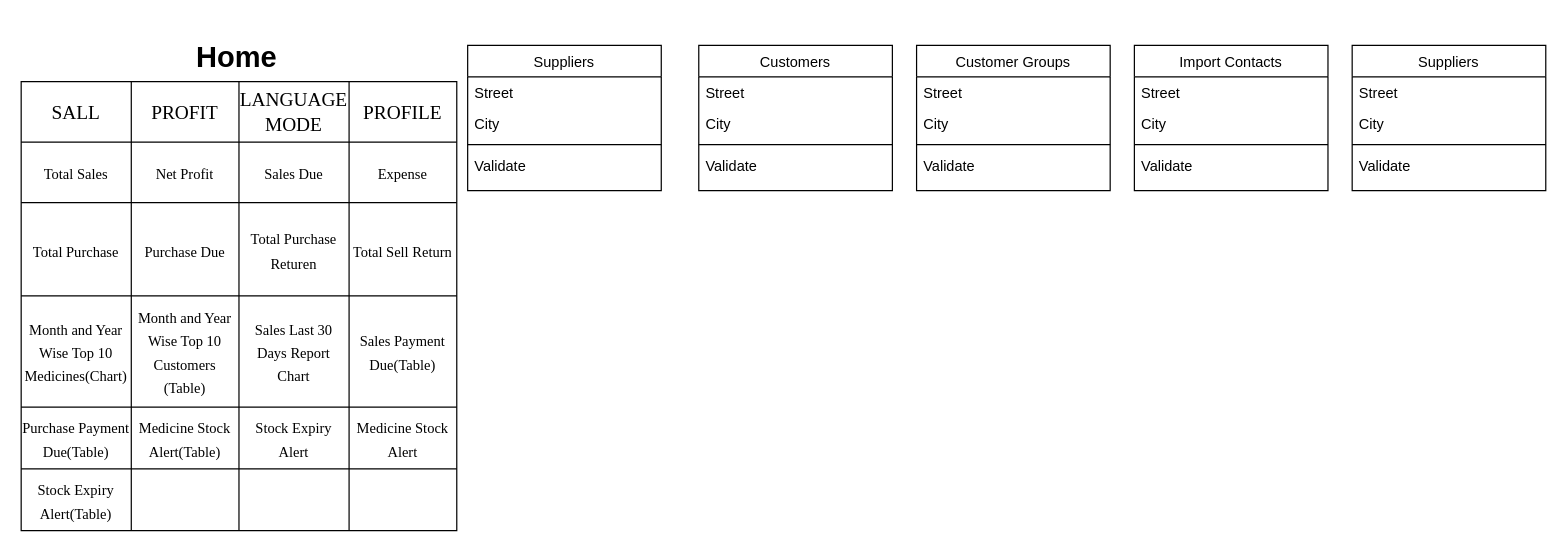
Earlier version of the draw.io diagram PMS.drawio (walidulhasan/UML). Source tidied: cells renumbered, new cells numbered last; positions are measured from the earlier drawing's top-left corner, leaving out a move shared by most shapes. Both pictures are drawn from the tidied source at 121%, with x=0, y=0 at pixel (21, 33).
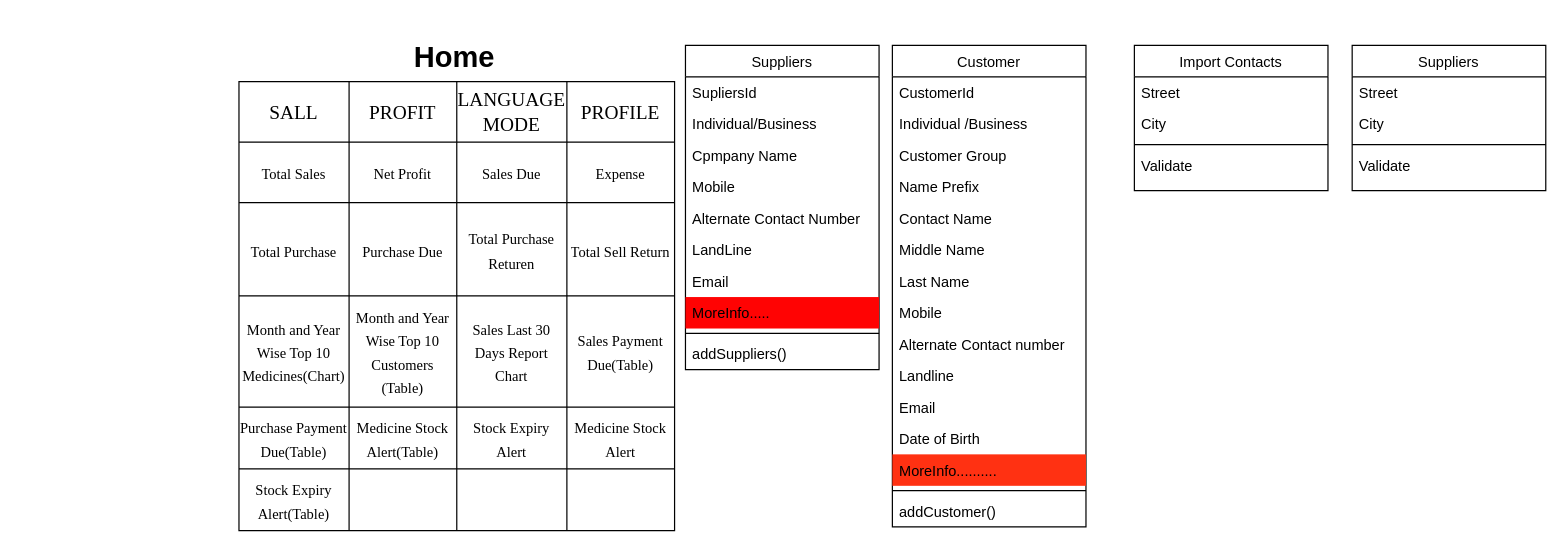
After the change.

The edit, as a diff of the source:
```diff
@@
     <mxCell id="2" value="Suppliers" style="swimlane;fontStyle=0;align=center;verticalAlign=top;horizontal=1;startSize=26;rounded=0;shadow=0;strokeWidth=1;" parent="1" vertex="1">
-      <mxGeometry x="369" y="10" width="160" height="120" as="geometry" />
+      <mxGeometry x="549" y="10" width="160" height="268" as="geometry" />
     </mxCell>
-    <mxCell id="3" value="Street" style="text;align=left;verticalAlign=top;spacingLeft=4;spacingRight=4;overflow=hidden;" parent="2" vertex="1">
+    <mxCell id="3" value="SupliersId" style="text;align=left;verticalAlign=top;spacingLeft=4;spacingRight=4;overflow=hidden;" parent="2" vertex="1">
       <mxGeometry y="26" width="160" height="26" as="geometry" />
     </mxCell>
+    <mxCell id="59" value="Individual/Business" style="text;align=left;verticalAlign=top;spacingLeft=4;spacingRight=4;overflow=hidden;" parent="2" vertex="1">
+      <mxGeometry y="52" width="160" height="26" as="geometry" />
+    </mxCell>
-    <mxCell id="4" value="City" style="text;align=left;verticalAlign=top;spacingLeft=4;spacingRight=4;overflow=hidden;rounded=0;shadow=0;html=0;" parent="2" vertex="1">
-      <mxGeometry y="52" width="160" height="26" as="geometry" />
+    <mxCell id="4" value="Cpmpany Name" style="text;align=left;verticalAlign=top;spacingLeft=4;spacingRight=4;overflow=hidden;rounded=0;shadow=0;html=0;" parent="2" vertex="1">
+      <mxGeometry y="78" width="160" height="26" as="geometry" />
     </mxCell>
+    <mxCell id="60" value="Mobile" style="text;align=left;verticalAlign=top;spacingLeft=4;spacingRight=4;overflow=hidden;rounded=0;shadow=0;html=0;" parent="2" vertex="1">
+      <mxGeometry y="104" width="160" height="26" as="geometry" />
+    </mxCell>
+    <mxCell id="61" value="Alternate Contact Number" style="text;align=left;verticalAlign=top;spacingLeft=4;spacingRight=4;overflow=hidden;rounded=0;shadow=0;html=0;" parent="2" vertex="1">
+      <mxGeometry y="130" width="160" height="26" as="geometry" />
+    </mxCell>
+    <mxCell id="62" value="LandLine" style="text;align=left;verticalAlign=top;spacingLeft=4;spacingRight=4;overflow=hidden;rounded=0;shadow=0;html=0;" parent="2" vertex="1">
+      <mxGeometry y="156" width="160" height="26" as="geometry" />
+    </mxCell>
+    <mxCell id="63" value="Email" style="text;align=left;verticalAlign=top;spacingLeft=4;spacingRight=4;overflow=hidden;rounded=0;shadow=0;html=0;" parent="2" vertex="1">
+      <mxGeometry y="182" width="160" height="26" as="geometry" />
+    </mxCell>
+    <mxCell id="64" value="MoreInfo....." style="text;align=left;verticalAlign=top;spacingLeft=4;spacingRight=4;overflow=hidden;rounded=0;shadow=0;html=0;fillColor=#FF0303;" parent="2" vertex="1">
+      <mxGeometry y="208" width="160" height="26" as="geometry" />
+    </mxCell>
     <mxCell id="5" style="line;html=1;strokeWidth=1;align=left;verticalAlign=middle;spacingTop=-1;spacingLeft=3;spacingRight=3;labelPosition=right;" parent="2" vertex="1">
-      <mxGeometry y="78" width="160" height="8" as="geometry" />
+      <mxGeometry y="234" width="160" height="8" as="geometry" />
     </mxCell>
-    <mxCell id="6" value="Validate" style="text;align=left;verticalAlign=top;spacingLeft=4;spacingRight=4;overflow=hidden;" parent="2" vertex="1">
-      <mxGeometry y="86" width="160" height="26" as="geometry" />
+    <mxCell id="6" value="addSuppliers()" style="text;align=left;verticalAlign=top;spacingLeft=4;spacingRight=4;overflow=hidden;" parent="2" vertex="1">
+      <mxGeometry y="242" width="160" height="26" as="geometry" />
     </mxCell>
+    <mxCell id="48" value="Import Contacts" style="swimlane;fontStyle=0;align=center;verticalAlign=top;horizontal=1;startSize=26;rounded=0;shadow=0;strokeWidth=1;" parent="1" vertex="1">
+      <mxGeometry x="920" y="10" width="160" height="120" as="geometry" />
+    </mxCell>
+    <mxCell id="49" value="Street" style="text;align=left;verticalAlign=top;spacingLeft=4;spacingRight=4;overflow=hidden;" parent="48" vertex="1">
+      <mxGeometry y="26" width="160" height="26" as="geometry" />
+    </mxCell>
+    <mxCell id="50" value="City" style="text;align=left;verticalAlign=top;spacingLeft=4;spacingRight=4;overflow=hidden;rounded=0;shadow=0;html=0;" parent="48" vertex="1">
+      <mxGeometry y="52" width="160" height="26" as="geometry" />
+    </mxCell>
+    <mxCell id="51" style="line;html=1;strokeWidth=1;align=left;verticalAlign=middle;spacingTop=-1;spacingLeft=3;spacingRight=3;labelPosition=right;" parent="48" vertex="1">
+      <mxGeometry y="78" width="160" height="8" as="geometry" />
+    </mxCell>
+    <mxCell id="52" value="Validate" style="text;align=left;verticalAlign=top;spacingLeft=4;spacingRight=4;overflow=hidden;" parent="48" vertex="1">
+      <mxGeometry y="86" width="160" height="26" as="geometry" />
+    </mxCell>
+    <mxCell id="53" value="Suppliers" style="swimlane;fontStyle=0;align=center;verticalAlign=top;horizontal=1;startSize=26;rounded=0;shadow=0;strokeWidth=1;" parent="1" vertex="1">
+      <mxGeometry x="1100" y="10" width="160" height="120" as="geometry" />
+    </mxCell>
+    <mxCell id="54" value="Street" style="text;align=left;verticalAlign=top;spacingLeft=4;spacingRight=4;overflow=hidden;" parent="53" vertex="1">
+      <mxGeometry y="26" width="160" height="26" as="geometry" />
+    </mxCell>
+    <mxCell id="55" value="City" style="text;align=left;verticalAlign=top;spacingLeft=4;spacingRight=4;overflow=hidden;rounded=0;shadow=0;html=0;" parent="53" vertex="1">
+      <mxGeometry y="52" width="160" height="26" as="geometry" />
+    </mxCell>
+    <mxCell id="56" style="line;html=1;strokeWidth=1;align=left;verticalAlign=middle;spacingTop=-1;spacingLeft=3;spacingRight=3;labelPosition=right;" parent="53" vertex="1">
+      <mxGeometry y="78" width="160" height="8" as="geometry" />
+    </mxCell>
+    <mxCell id="57" value="Validate" style="text;align=left;verticalAlign=top;spacingLeft=4;spacingRight=4;overflow=hidden;" parent="53" vertex="1">
+      <mxGeometry y="86" width="160" height="26" as="geometry" />
+    </mxCell>
+    <mxCell id="65" value="Customer" style="swimlane;fontStyle=0;align=center;verticalAlign=top;horizontal=1;startSize=26;rounded=0;shadow=0;strokeWidth=1;" parent="1" vertex="1">
+      <mxGeometry x="720" y="10" width="160" height="398" as="geometry" />
+    </mxCell>
+    <mxCell id="66" value="CustomerId" style="text;align=left;verticalAlign=top;spacingLeft=4;spacingRight=4;overflow=hidden;" parent="65" vertex="1">
+      <mxGeometry y="26" width="160" height="26" as="geometry" />
+    </mxCell>
+    <mxCell id="67" value="Individual /Business" style="text;align=left;verticalAlign=top;spacingLeft=4;spacingRight=4;overflow=hidden;rounded=0;shadow=0;html=0;" parent="65" vertex="1">
+      <mxGeometry y="52" width="160" height="26" as="geometry" />
+    </mxCell>
+    <mxCell id="68" value="Customer Group" style="text;align=left;verticalAlign=top;spacingLeft=4;spacingRight=4;overflow=hidden;rounded=0;shadow=0;html=0;" parent="65" vertex="1">
+      <mxGeometry y="78" width="160" height="26" as="geometry" />
+    </mxCell>
+    <mxCell id="69" value="Name Prefix" style="text;align=left;verticalAlign=top;spacingLeft=4;spacingRight=4;overflow=hidden;rounded=0;shadow=0;html=0;" parent="65" vertex="1">
+      <mxGeometry y="104" width="160" height="26" as="geometry" />
+    </mxCell>
+    <mxCell id="70" value="Contact Name" style="text;align=left;verticalAlign=top;spacingLeft=4;spacingRight=4;overflow=hidden;rounded=0;shadow=0;html=0;" parent="65" vertex="1">
+      <mxGeometry y="130" width="160" height="26" as="geometry" />
+    </mxCell>
+    <mxCell id="71" value="Middle Name" style="text;align=left;verticalAlign=top;spacingLeft=4;spacingRight=4;overflow=hidden;rounded=0;shadow=0;html=0;" parent="65" vertex="1">
+      <mxGeometry y="156" width="160" height="26" as="geometry" />
+    </mxCell>
+    <mxCell id="72" value="Last Name" style="text;align=left;verticalAlign=top;spacingLeft=4;spacingRight=4;overflow=hidden;rounded=0;shadow=0;html=0;" parent="65" vertex="1">
+      <mxGeometry y="182" width="160" height="26" as="geometry" />
+    </mxCell>
+    <mxCell id="73" value="Mobile" style="text;align=left;verticalAlign=top;spacingLeft=4;spacingRight=4;overflow=hidden;rounded=0;shadow=0;html=0;" parent="65" vertex="1">
+      <mxGeometry y="208" width="160" height="26" as="geometry" />
+    </mxCell>
+    <mxCell id="74" value="Alternate Contact number" style="text;align=left;verticalAlign=top;spacingLeft=4;spacingRight=4;overflow=hidden;rounded=0;shadow=0;html=0;" parent="65" vertex="1">
+      <mxGeometry y="234" width="160" height="26" as="geometry" />
+    </mxCell>
+    <mxCell id="75" value="Landline" style="text;align=left;verticalAlign=top;spacingLeft=4;spacingRight=4;overflow=hidden;rounded=0;shadow=0;html=0;" parent="65" vertex="1">
+      <mxGeometry y="260" width="160" height="26" as="geometry" />
+    </mxCell>
+    <mxCell id="76" value="Email" style="text;align=left;verticalAlign=top;spacingLeft=4;spacingRight=4;overflow=hidden;rounded=0;shadow=0;html=0;" parent="65" vertex="1">
+      <mxGeometry y="286" width="160" height="26" as="geometry" />
+    </mxCell>
+    <mxCell id="77" value="Date of Birth" style="text;align=left;verticalAlign=top;spacingLeft=4;spacingRight=4;overflow=hidden;rounded=0;shadow=0;html=0;" parent="65" vertex="1">
+      <mxGeometry y="312" width="160" height="26" as="geometry" />
+    </mxCell>
+    <mxCell id="78" value="MoreInfo.........." style="text;align=left;verticalAlign=top;spacingLeft=4;spacingRight=4;overflow=hidden;rounded=0;shadow=0;html=0;fillColor=#FF3112;" parent="65" vertex="1">
+      <mxGeometry y="338" width="160" height="26" as="geometry" />
+    </mxCell>
+    <mxCell id="79" style="line;html=1;strokeWidth=1;align=left;verticalAlign=middle;spacingTop=-1;spacingLeft=3;spacingRight=3;labelPosition=right;" parent="65" vertex="1">
+      <mxGeometry y="364" width="160" height="8" as="geometry" />
+    </mxCell>
+    <mxCell id="80" value="addCustomer()" style="text;align=left;verticalAlign=top;spacingLeft=4;spacingRight=4;overflow=hidden;" parent="65" vertex="1">
+      <mxGeometry y="372" width="160" height="26" as="geometry" />
+    </mxCell>
+    <mxCell id="81" style="group;" parent="1" vertex="1">
+      <mxGeometry x="180" width="360" height="411" as="geometry" />
+    </mxCell>
-    <mxCell id="7" style="shape=table;startSize=0;childLayout=tableLayout;fontSize=16;" parent="1" vertex="1">
+    <mxCell id="7" style="shape=table;startSize=0;childLayout=tableLayout;fontSize=16;" parent="81" vertex="1">
       <mxGeometry y="40" width="360" height="371" as="geometry" />
     </mxCell>
@@
-    <mxCell id="38" value="Customers" style="swimlane;fontStyle=0;align=center;verticalAlign=top;horizontal=1;startSize=26;rounded=0;shadow=0;strokeWidth=1;" parent="1" vertex="1">
-      <mxGeometry x="560" y="10" width="160" height="120" as="geometry" />
-    </mxCell>
-    <mxCell id="39" value="Street" style="text;align=left;verticalAlign=top;spacingLeft=4;spacingRight=4;overflow=hidden;" parent="38" vertex="1">
-      <mxGeometry y="26" width="160" height="26" as="geometry" />
-    </mxCell>
-    <mxCell id="40" value="City" style="text;align=left;verticalAlign=top;spacingLeft=4;spacingRight=4;overflow=hidden;rounded=0;shadow=0;html=0;" parent="38" vertex="1">
-      <mxGeometry y="52" width="160" height="26" as="geometry" />
-    </mxCell>
-    <mxCell id="41" style="line;html=1;strokeWidth=1;align=left;verticalAlign=middle;spacingTop=-1;spacingLeft=3;spacingRight=3;labelPosition=right;" parent="38" vertex="1">
-      <mxGeometry y="78" width="160" height="8" as="geometry" />
-    </mxCell>
-    <mxCell id="42" value="Validate" style="text;align=left;verticalAlign=top;spacingLeft=4;spacingRight=4;overflow=hidden;" parent="38" vertex="1">
-      <mxGeometry y="86" width="160" height="26" as="geometry" />
-    </mxCell>
-    <mxCell id="43" value="Customer Groups" style="swimlane;fontStyle=0;align=center;verticalAlign=top;horizontal=1;startSize=26;rounded=0;shadow=0;strokeWidth=1;" parent="1" vertex="1">
-      <mxGeometry x="740" y="10" width="160" height="120" as="geometry" />
-    </mxCell>
-    <mxCell id="44" value="Street" style="text;align=left;verticalAlign=top;spacingLeft=4;spacingRight=4;overflow=hidden;" parent="43" vertex="1">
-      <mxGeometry y="26" width="160" height="26" as="geometry" />
-    </mxCell>
-    <mxCell id="45" value="City" style="text;align=left;verticalAlign=top;spacingLeft=4;spacingRight=4;overflow=hidden;rounded=0;shadow=0;html=0;" parent="43" vertex="1">
-      <mxGeometry y="52" width="160" height="26" as="geometry" />
-    </mxCell>
-    <mxCell id="46" style="line;html=1;strokeWidth=1;align=left;verticalAlign=middle;spacingTop=-1;spacingLeft=3;spacingRight=3;labelPosition=right;" parent="43" vertex="1">
-      <mxGeometry y="78" width="160" height="8" as="geometry" />
-    </mxCell>
-    <mxCell id="47" value="Validate" style="text;align=left;verticalAlign=top;spacingLeft=4;spacingRight=4;overflow=hidden;" parent="43" vertex="1">
-      <mxGeometry y="86" width="160" height="26" as="geometry" />
-    </mxCell>
-    <mxCell id="48" value="Import Contacts" style="swimlane;fontStyle=0;align=center;verticalAlign=top;horizontal=1;startSize=26;rounded=0;shadow=0;strokeWidth=1;" parent="1" vertex="1">
-      <mxGeometry x="920" y="10" width="160" height="120" as="geometry" />
-    </mxCell>
-    <mxCell id="49" value="Street" style="text;align=left;verticalAlign=top;spacingLeft=4;spacingRight=4;overflow=hidden;" parent="48" vertex="1">
-      <mxGeometry y="26" width="160" height="26" as="geometry" />
-    </mxCell>
-    <mxCell id="50" value="City" style="text;align=left;verticalAlign=top;spacingLeft=4;spacingRight=4;overflow=hidden;rounded=0;shadow=0;html=0;" parent="48" vertex="1">
-      <mxGeometry y="52" width="160" height="26" as="geometry" />
-    </mxCell>
-    <mxCell id="51" style="line;html=1;strokeWidth=1;align=left;verticalAlign=middle;spacingTop=-1;spacingLeft=3;spacingRight=3;labelPosition=right;" parent="48" vertex="1">
-      <mxGeometry y="78" width="160" height="8" as="geometry" />
-    </mxCell>
-    <mxCell id="52" value="Validate" style="text;align=left;verticalAlign=top;spacingLeft=4;spacingRight=4;overflow=hidden;" parent="48" vertex="1">
-      <mxGeometry y="86" width="160" height="26" as="geometry" />
-    </mxCell>
-    <mxCell id="53" value="Suppliers" style="swimlane;fontStyle=0;align=center;verticalAlign=top;horizontal=1;startSize=26;rounded=0;shadow=0;strokeWidth=1;" parent="1" vertex="1">
-      <mxGeometry x="1100" y="10" width="160" height="120" as="geometry" />
-    </mxCell>
-    <mxCell id="54" value="Street" style="text;align=left;verticalAlign=top;spacingLeft=4;spacingRight=4;overflow=hidden;" parent="53" vertex="1">
-      <mxGeometry y="26" width="160" height="26" as="geometry" />
-    </mxCell>
-    <mxCell id="55" value="City" style="text;align=left;verticalAlign=top;spacingLeft=4;spacingRight=4;overflow=hidden;rounded=0;shadow=0;html=0;" parent="53" vertex="1">
-      <mxGeometry y="52" width="160" height="26" as="geometry" />
-    </mxCell>
-    <mxCell id="56" style="line;html=1;strokeWidth=1;align=left;verticalAlign=middle;spacingTop=-1;spacingLeft=3;spacingRight=3;labelPosition=right;" parent="53" vertex="1">
-      <mxGeometry y="78" width="160" height="8" as="geometry" />
-    </mxCell>
-    <mxCell id="57" value="Validate" style="text;align=left;verticalAlign=top;spacingLeft=4;spacingRight=4;overflow=hidden;" parent="53" vertex="1">
-      <mxGeometry y="86" width="160" height="26" as="geometry" />
-    </mxCell>
-    <mxCell id="58" value="&lt;h1&gt;Home&lt;/h1&gt;" style="text;html=1;strokeColor=none;fillColor=none;spacing=5;spacingTop=-20;whiteSpace=wrap;overflow=hidden;rounded=0;" parent="1" vertex="1">
+    <mxCell id="58" value="&lt;h1&gt;Home&lt;/h1&gt;" style="text;html=1;strokeColor=none;fillColor=none;spacing=5;spacingTop=-20;whiteSpace=wrap;overflow=hidden;rounded=0;" parent="81" vertex="1">
       <mxGeometry x="140" width="90" height="40" as="geometry" />
     </mxCell>
```
